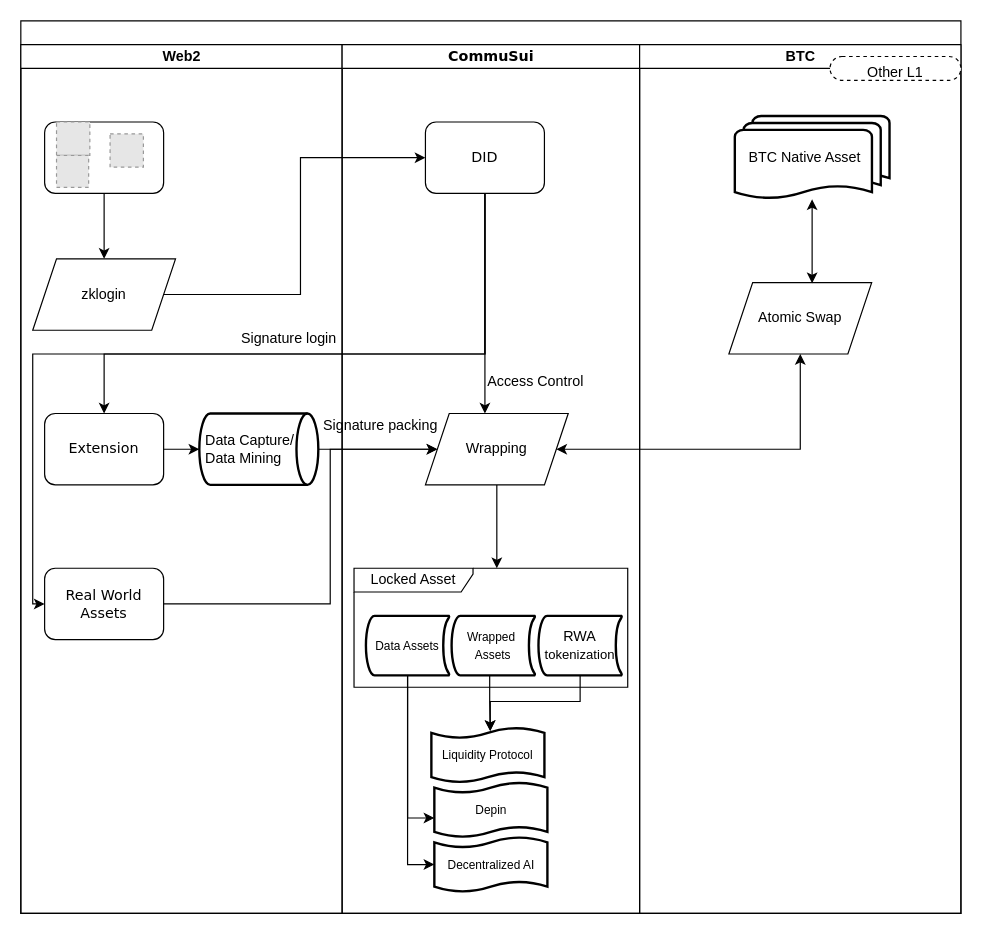
Before: ArchFlow.drawio in CommuSA/CommuSui, a draw.io diagram. Source tidied: cells renumbered, new cells numbered last; positions are measured from the earlier drawing's top-left corner, leaving out a move shared by most shapes. Both pictures are drawn from the tidied source at 119%, with x=0, y=0 at pixel (20, 20). Pictures stored in the file or linked from it are replaced by grey dashed boxes.
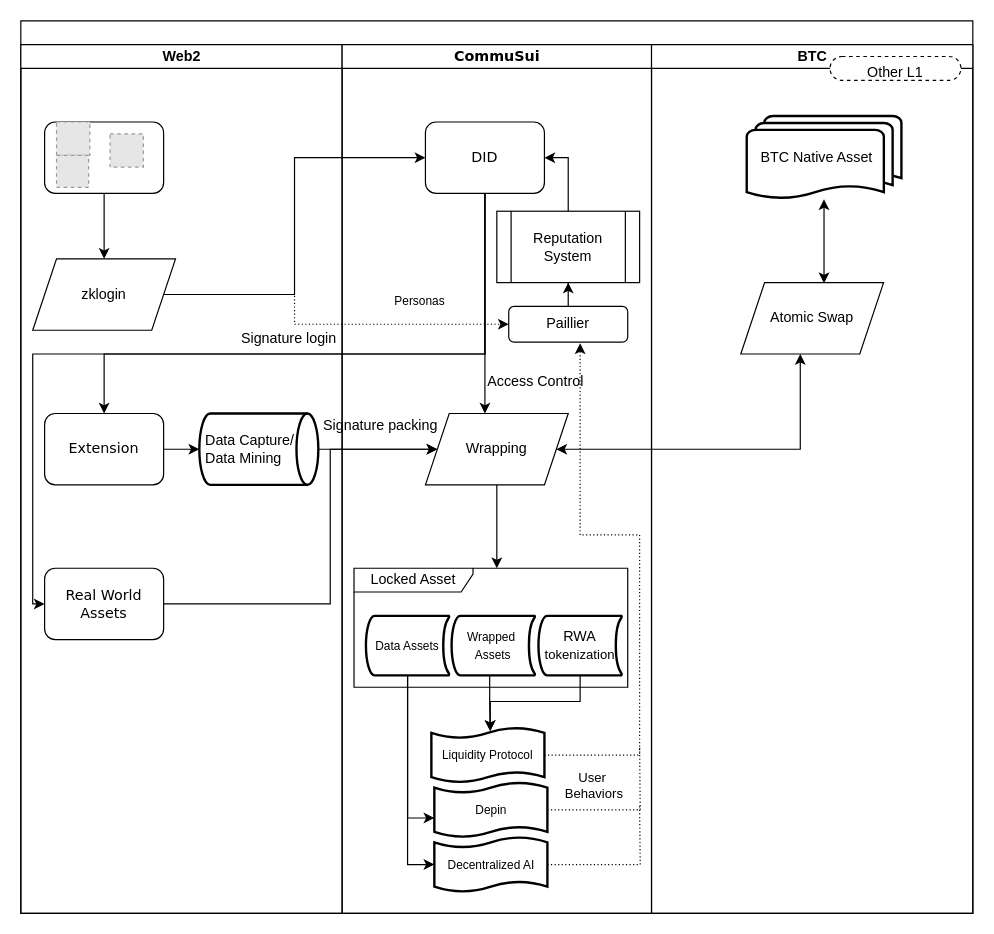
The same page after the edit.

The change refers to these unchanged cells:
```xml
<mxCell id="9" value="zklogin" style="shape=parallelogram;perimeter=parallelogramPerimeter;whiteSpace=wrap;html=1;fixedSize=1;" parent="3" vertex="1">
  <mxGeometry x="10" y="180" width="120" height="60" as="geometry" />
</mxCell>
<mxCell id="16" value="&lt;font style=&quot;font-size: 12px;&quot;&gt;DID&lt;/font&gt;" style="rounded=1;whiteSpace=wrap;html=1;shadow=0;labelBackgroundColor=none;strokeWidth=1;fontFamily=Verdana;fontSize=8;align=center;" parent="14" vertex="1">
  <mxGeometry x="70" y="65" width="100" height="60" as="geometry" />
</mxCell>
<mxCell id="24" value="&lt;font style=&quot;font-size: 10px;&quot;&gt;Liquidity Protocol&lt;/font&gt;" style="shape=tape;whiteSpace=wrap;html=1;strokeWidth=2;size=0.19;" parent="14" vertex="1">
  <mxGeometry x="75" y="574" width="95" height="46" as="geometry" />
</mxCell>
<mxCell id="27" value="&lt;font style=&quot;font-size: 10px;&quot;&gt;Depin&lt;/font&gt;" style="shape=tape;whiteSpace=wrap;html=1;strokeWidth=2;size=0.19;" parent="14" vertex="1">
  <mxGeometry x="77.5" y="620" width="95" height="46" as="geometry" />
</mxCell>
<mxCell id="28" value="&lt;span style=&quot;font-size: 10px;&quot;&gt;Decentralized AI&lt;/span&gt;" style="shape=tape;whiteSpace=wrap;html=1;strokeWidth=2;size=0.19;" parent="14" vertex="1">
  <mxGeometry x="77.5" y="666" width="95" height="46" as="geometry" />
</mxCell>
```

The edit, as a diff of the source:
```diff
@@
     <mxCell id="2" style="swimlane;html=1;startSize=20;rounded=0;shadow=0;labelBackgroundColor=none;strokeWidth=1;fontFamily=Verdana;fontSize=8;align=center;" parent="1" vertex="1">
-      <mxGeometry width="790" height="750" as="geometry" />
+      <mxGeometry width="800" height="750" as="geometry" />
     </mxCell>
@@
     <mxCell id="14" value="&lt;span style=&quot;font-family: Verdana;&quot;&gt;&lt;font style=&quot;font-size: 12px;&quot;&gt;CommuSui&lt;/font&gt;&lt;/span&gt;" style="swimlane;html=1;startSize=20;" parent="2" vertex="1">
-      <mxGeometry x="270" y="20" width="250" height="730" as="geometry" />
+      <mxGeometry x="270" y="20" width="260" height="730" as="geometry" />
     </mxCell>
@@
+    <mxCell id="44" style="edgeStyle=orthogonalEdgeStyle;rounded=0;jettySize=auto;html=1;dashed=1;dashPattern=1 2;endArrow=none;endFill=0;" parent="14" edge="1" source="27">
+      <mxGeometry relative="1" as="geometry">
+        <mxPoint x="250" y="590" as="targetPoint" />
+      </mxGeometry>
+    </mxCell>
@@
+    <mxCell id="45" style="edgeStyle=orthogonalEdgeStyle;rounded=0;jettySize=auto;html=1;endArrow=none;endFill=0;dashed=1;dashPattern=1 2;" parent="14" edge="1" source="28">
+      <mxGeometry relative="1" as="geometry">
+        <mxPoint x="250" y="640" as="targetPoint" />
+      </mxGeometry>
+    </mxCell>
@@
+    <mxCell id="46" style="edgeStyle=orthogonalEdgeStyle;rounded=0;jettySize=auto;html=1;entryX=1;entryY=0.5;entryDx=0;entryDy=0;" parent="14" edge="1" source="47" target="16">
+      <mxGeometry relative="1" as="geometry" />
+    </mxCell>
+    <mxCell id="47" value="&lt;div&gt;Reputation System&lt;/div&gt;" style="shape=process;whiteSpace=wrap;html=1;backgroundOutline=1;" parent="14" vertex="1">
+      <mxGeometry x="130" y="140" width="120" height="60" as="geometry" />
+    </mxCell>
+    <mxCell id="48" style="edgeStyle=orthogonalEdgeStyle;rounded=0;jettySize=auto;html=1;entryX=0.5;entryY=1;entryDx=0;entryDy=0;" parent="14" edge="1" source="49" target="47">
+      <mxGeometry relative="1" as="geometry" />
+    </mxCell>
+    <mxCell id="49" value="Paillier" style="rounded=1;whiteSpace=wrap;html=1;" parent="14" vertex="1">
+      <mxGeometry x="140" y="220" width="100" height="30" as="geometry" />
+    </mxCell>
+    <mxCell id="50" style="edgeStyle=orthogonalEdgeStyle;rounded=0;jettySize=auto;html=1;entryX=0.6;entryY=1.033;entryDx=0;entryDy=0;entryPerimeter=0;dashed=1;dashPattern=1 2;" parent="14" edge="1" source="24" target="49">
+      <mxGeometry relative="1" as="geometry">
+        <Array as="points">
+          <mxPoint x="250" y="597" />
+          <mxPoint x="250" y="412" />
+          <mxPoint x="200" y="412" />
+        </Array>
+      </mxGeometry>
+    </mxCell>
+    <mxCell id="51" value="&lt;font style=&quot;font-size: 10px;&quot;&gt;Personas&lt;/font&gt;" style="text;html=1;align=center;verticalAlign=middle;strokeColor=none;fillColor=none;" parent="14" vertex="1">
+      <mxGeometry x="30" y="200" width="70" height="30" as="geometry" />
+    </mxCell>
     <mxCell id="31" value="BTC" style="swimlane;html=1;startSize=20;" parent="2" vertex="1">
-      <mxGeometry x="520" y="20" width="270" height="730" as="geometry" />
+      <mxGeometry x="530" y="20" width="270" height="730" as="geometry" />
     </mxCell>
@@
     <mxCell id="35" style="edgeStyle=orthogonalEdgeStyle;rounded=0;jettySize=auto;html=1;entryX=0;entryY=0.5;entryDx=0;entryDy=0;" parent="2" edge="1" source="9" target="16">
-      <mxGeometry relative="1" as="geometry" />
+      <mxGeometry relative="1" as="geometry">
+        <Array as="points">
+          <mxPoint x="230" y="230" />
+          <mxPoint x="230" y="115" />
+        </Array>
+      </mxGeometry>
     </mxCell>
@@
+    <mxCell id="52" style="edgeStyle=orthogonalEdgeStyle;rounded=0;jettySize=auto;html=1;entryX=0;entryY=0.5;entryDx=0;entryDy=0;dashed=1;dashPattern=1 2;" parent="2" edge="1" source="9" target="49">
+      <mxGeometry relative="1" as="geometry">
+        <Array as="points">
+          <mxPoint x="230" y="230" />
+          <mxPoint x="230" y="255" />
+        </Array>
+      </mxGeometry>
+    </mxCell>
@@
+    <mxCell id="53" value="&lt;div style=&quot;font-size: 11px;&quot;&gt;&lt;font style=&quot;font-size: 11px;&quot;&gt;User&lt;/font&gt;&lt;/div&gt;&lt;div style=&quot;font-size: 11px;&quot;&gt;&lt;font style=&quot;font-size: 11px;&quot;&gt;&amp;nbsp;Behaviors&lt;/font&gt;&lt;/div&gt;" style="text;html=1;align=center;verticalAlign=middle;strokeColor=none;fillColor=none;" parent="1" vertex="1">
+      <mxGeometry x="440" y="623" width="80" height="40" as="geometry" />
+    </mxCell>
```
